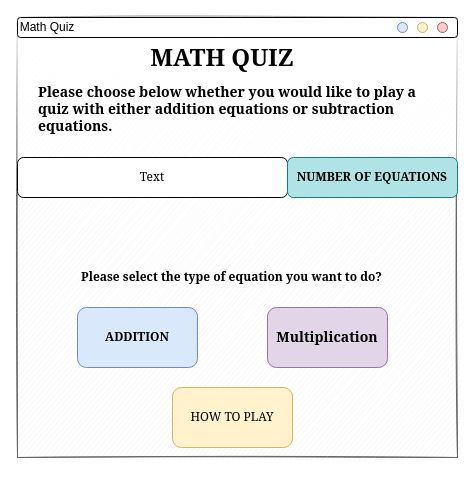
Before: Math Quiz (2) (2) (1).drawio in Salmon420/Math-Quiz, a draw.io diagram. Source tidied: cells renumbered, new cells numbered last; positions are measured from the earlier drawing's top-left corner, leaving out a move shared by most shapes. Both pictures are drawn from the tidied source at 100%, with x=0, y=0 at pixel (17, 17).
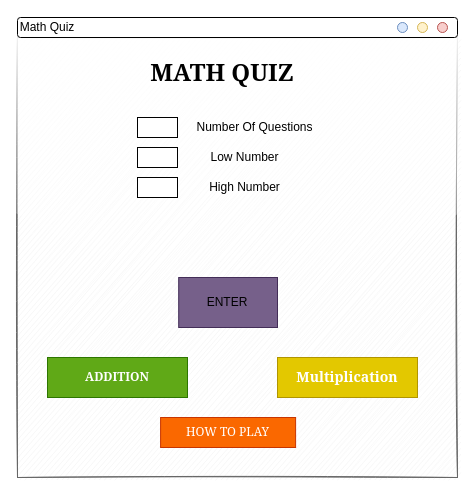
The same diagram, later.

What changed in the source:
```diff
@@
 <mxGraphModel>
   <root>
     <mxCell id="0" />
     <mxCell id="1" parent="0" />
     <mxCell id="2" style="whiteSpace=wrap;html=1;rounded=0;glass=1;shadow=0;sketch=1;fillColor=#f5f5f5;strokeColor=#666666;fontColor=#333333;" parent="1" vertex="1">
-      <mxGeometry width="440" height="440" as="geometry" />
+      <mxGeometry y="20" width="440" height="440" as="geometry" />
     </mxCell>
     <mxCell id="3" style="rounded=1;whiteSpace=wrap;html=1;glass=0;" parent="1" vertex="1">
       <mxGeometry width="440" height="20" as="geometry" />
     </mxCell>
     <mxCell id="4" style="ellipse;whiteSpace=wrap;html=1;fillColor=#f8cecc;strokeColor=#b85450;" parent="1" vertex="1">
       <mxGeometry x="420" y="5" width="10" height="10" as="geometry" />
     </mxCell>
     <mxCell id="5" style="ellipse;whiteSpace=wrap;html=1;fillColor=#fff2cc;strokeColor=#d6b656;" parent="1" vertex="1">
       <mxGeometry x="400" y="5" width="10" height="10" as="geometry" />
     </mxCell>
     <mxCell id="6" style="ellipse;whiteSpace=wrap;html=1;fillColor=#dae8fc;strokeColor=#6c8ebf;" parent="1" vertex="1">
       <mxGeometry x="380" y="5" width="10" height="10" as="geometry" />
     </mxCell>
     <mxCell id="7" value="Math Quiz" style="text;html=1;strokeColor=none;fillColor=none;align=center;verticalAlign=middle;whiteSpace=wrap;rounded=0;" parent="1" vertex="1">
       <mxGeometry width="60" height="20" as="geometry" />
     </mxCell>
-    <mxCell id="8" value="ADDITION" style="text;html=1;strokeColor=#6c8ebf;fillColor=#dae8fc;align=center;verticalAlign=middle;whiteSpace=wrap;rounded=1;shadow=0;glass=0;labelPosition=center;verticalLabelPosition=middle;fontStyle=1;fontFamily=Georgia;" parent="1" vertex="1">
-      <mxGeometry x="60" y="290" width="120" height="60" as="geometry" />
+    <mxCell id="8" value="ADDITION" style="text;html=1;strokeColor=#2D7600;fillColor=#60a917;align=center;verticalAlign=middle;whiteSpace=wrap;rounded=0;shadow=0;glass=0;labelPosition=center;verticalLabelPosition=middle;fontStyle=1;fontFamily=Georgia;fontColor=#ffffff;" parent="1" vertex="1">
+      <mxGeometry x="30" y="340" width="140" height="40" as="geometry" />
     </mxCell>
-    <mxCell id="9" value="Multiplication" style="text;html=1;strokeColor=#9673a6;fillColor=#e1d5e7;align=center;verticalAlign=middle;whiteSpace=wrap;rounded=1;shadow=0;glass=0;fontFamily=Georgia;fontStyle=1;fontSize=14;" parent="1" vertex="1">
-      <mxGeometry x="250" y="290" width="120" height="60" as="geometry" />
+    <mxCell id="9" value="Multiplication" style="text;html=1;strokeColor=#B09500;fillColor=#e3c800;align=center;verticalAlign=middle;whiteSpace=wrap;rounded=0;shadow=0;glass=0;fontFamily=Georgia;fontStyle=1;fontSize=14;fontColor=#ffffff;" parent="1" vertex="1">
+      <mxGeometry x="260" y="340" width="140" height="40" as="geometry" />
     </mxCell>
-    <mxCell id="10" value="HOW TO PLAY" style="text;html=1;strokeColor=#d6b656;fillColor=#fff2cc;align=center;verticalAlign=middle;whiteSpace=wrap;rounded=1;shadow=0;glass=0;fontFamily=Georgia;" parent="1" vertex="1">
-      <mxGeometry x="155" y="370" width="120" height="60" as="geometry" />
+    <mxCell id="10" value="HOW TO PLAY" style="text;html=1;strokeColor=#C73500;fillColor=#fa6800;align=center;verticalAlign=middle;whiteSpace=wrap;rounded=0;shadow=0;glass=0;fontFamily=Georgia;fontColor=#ffffff;" parent="1" vertex="1">
+      <mxGeometry x="143.1" y="400" width="135" height="30" as="geometry" />
     </mxCell>
     <mxCell id="11" value="&lt;h1&gt;MATH QUIZ&lt;/h1&gt;" style="text;html=1;align=center;verticalAlign=middle;whiteSpace=wrap;rounded=1;shadow=0;glass=1;fontFamily=Georgia;labelBackgroundColor=none;fontStyle=0;" parent="1" vertex="1">
-      <mxGeometry x="120" width="170" height="80" as="geometry" />
+      <mxGeometry x="120" y="15" width="170" height="80" as="geometry" />
     </mxCell>
-    <mxCell id="12" value="Please choose below whether you would like to play a quiz with either addition equations or subtraction equations." style="text;html=1;strokeColor=none;fillColor=none;align=left;verticalAlign=top;whiteSpace=wrap;rounded=0;shadow=0;glass=0;labelBackgroundColor=none;fontFamily=Georgia;labelPosition=center;verticalLabelPosition=middle;horizontal=1;fontStyle=1;fontSize=14;" parent="1" vertex="1">
-      <mxGeometry x="19" y="60" width="410" height="60" as="geometry" />
-    </mxCell>
-    <mxCell id="13" value="Please select the type of equation you want to do?" style="text;html=1;strokeColor=none;fillColor=none;align=center;verticalAlign=middle;whiteSpace=wrap;rounded=0;fontStyle=1;fontFamily=Georgia;" parent="1" vertex="1">
-      <mxGeometry x="19" y="240" width="391" height="40" as="geometry" />
-    </mxCell>
-    <mxCell id="14" style="rounded=1;whiteSpace=wrap;html=1;fontFamily=Georgia;align=center;" parent="1" vertex="1">
-      <mxGeometry y="140" width="270" height="40" as="geometry" />
-    </mxCell>
-    <mxCell id="15" value="Text" style="text;html=1;strokeColor=none;fillColor=none;align=center;verticalAlign=middle;whiteSpace=wrap;rounded=0;fontFamily=Georgia;" parent="1" vertex="1">
-      <mxGeometry y="140" width="270" height="40" as="geometry" />
-    </mxCell>
-    <mxCell id="16" style="rounded=1;whiteSpace=wrap;html=1;fontFamily=Georgia;align=center;fillColor=#b0e3e6;strokeColor=#0e8088;" parent="1" vertex="1">
-      <mxGeometry x="270" y="140" width="170" height="40" as="geometry" />
-    </mxCell>
-    <mxCell id="17" value="&lt;div style=&quot;&quot;&gt;&lt;span&gt;NUMBER OF EQUATIONS&lt;/span&gt;&lt;/div&gt;" style="text;html=1;strokeColor=none;fillColor=none;align=center;verticalAlign=middle;whiteSpace=wrap;rounded=0;fontFamily=Georgia;fontStyle=1;" parent="1" vertex="1">
-      <mxGeometry x="270" y="140" width="170" height="40" as="geometry" />
-    </mxCell>
+    <mxCell id="18" value="High Number" style="text;html=1;strokeColor=none;fillColor=none;align=center;verticalAlign=middle;whiteSpace=wrap;rounded=0;" parent="1" vertex="1">
+      <mxGeometry x="160" y="160" width="135" height="20" as="geometry" />
+    </mxCell>
+    <mxCell id="19" value="Low Number" style="text;html=1;strokeColor=none;fillColor=none;align=center;verticalAlign=middle;whiteSpace=wrap;rounded=0;" parent="1" vertex="1">
+      <mxGeometry x="160" y="130" width="135" height="20" as="geometry" />
+    </mxCell>
+    <mxCell id="20" value="Number Of Questions" style="text;html=1;strokeColor=none;fillColor=none;align=center;verticalAlign=middle;whiteSpace=wrap;rounded=0;" parent="1" vertex="1">
+      <mxGeometry x="170" y="100" width="135" height="20" as="geometry" />
+    </mxCell>
+    <mxCell id="21" style="rounded=0;whiteSpace=wrap;html=1;" parent="1" vertex="1">
+      <mxGeometry x="120" y="100" width="40" height="20" as="geometry" />
+    </mxCell>
+    <mxCell id="22" style="rounded=0;whiteSpace=wrap;html=1;" parent="1" vertex="1">
+      <mxGeometry x="120" y="130" width="40" height="20" as="geometry" />
+    </mxCell>
+    <mxCell id="23" style="rounded=0;whiteSpace=wrap;html=1;" parent="1" vertex="1">
+      <mxGeometry x="120" y="160" width="40" height="20" as="geometry" />
+    </mxCell>
+    <mxCell id="24" style="rounded=0;whiteSpace=wrap;html=1;glass=0;fillColor=#76608a;strokeColor=#432D57;fontColor=#ffffff;" parent="1" vertex="1">
+      <mxGeometry x="161.2" y="260" width="98.8" height="50" as="geometry" />
+    </mxCell>
+    <mxCell id="25" value="ENTER" style="text;html=1;strokeColor=none;fillColor=none;align=center;verticalAlign=middle;whiteSpace=wrap;rounded=0;" parent="1" vertex="1">
+      <mxGeometry x="160" y="260" width="100" height="50" as="geometry" />
+    </mxCell>
   </root>
 </mxGraphModel>
```
